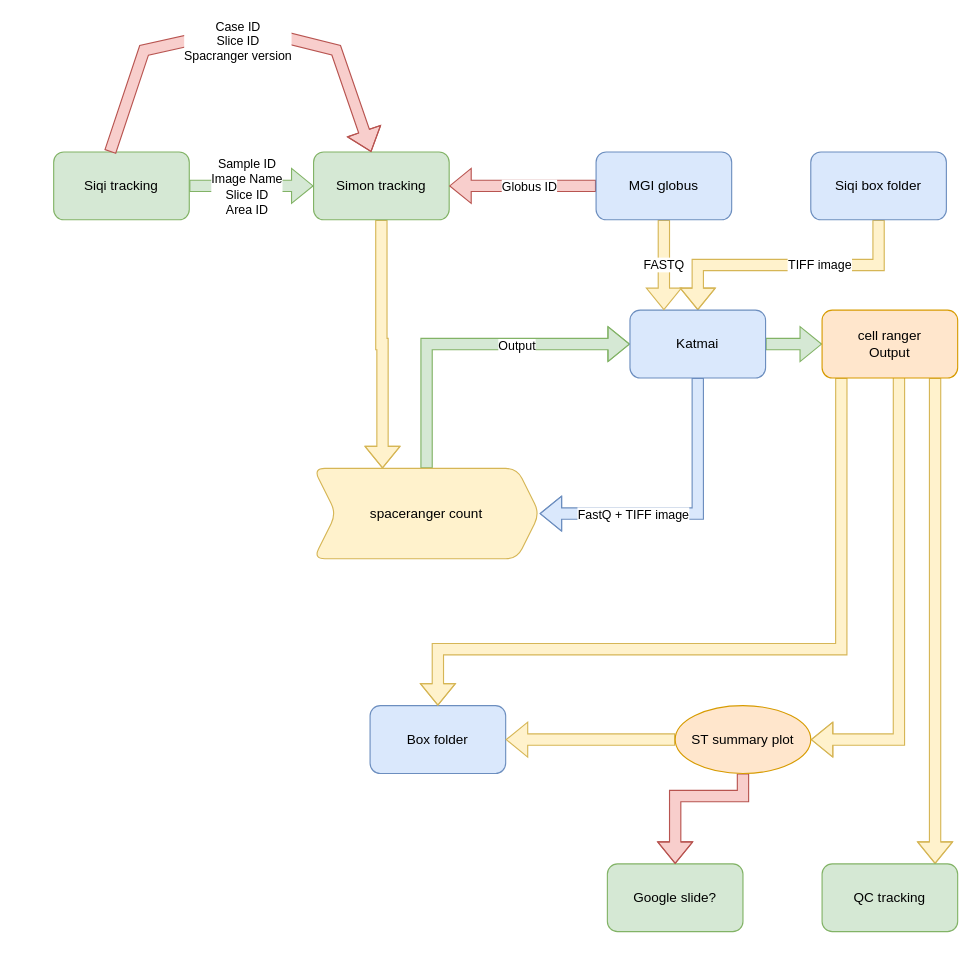
The draw.io diagram DingLab Visium ST pipeline.drawio in simoncmo/simoncmo, before the edit. Source tidied: cells renumbered, new cells numbered last; positions are measured from the earlier drawing's top-left corner, leaving out a move shared by most shapes. Both pictures are drawn from the tidied source at 113%, with x=0, y=0 at pixel (53, 27).
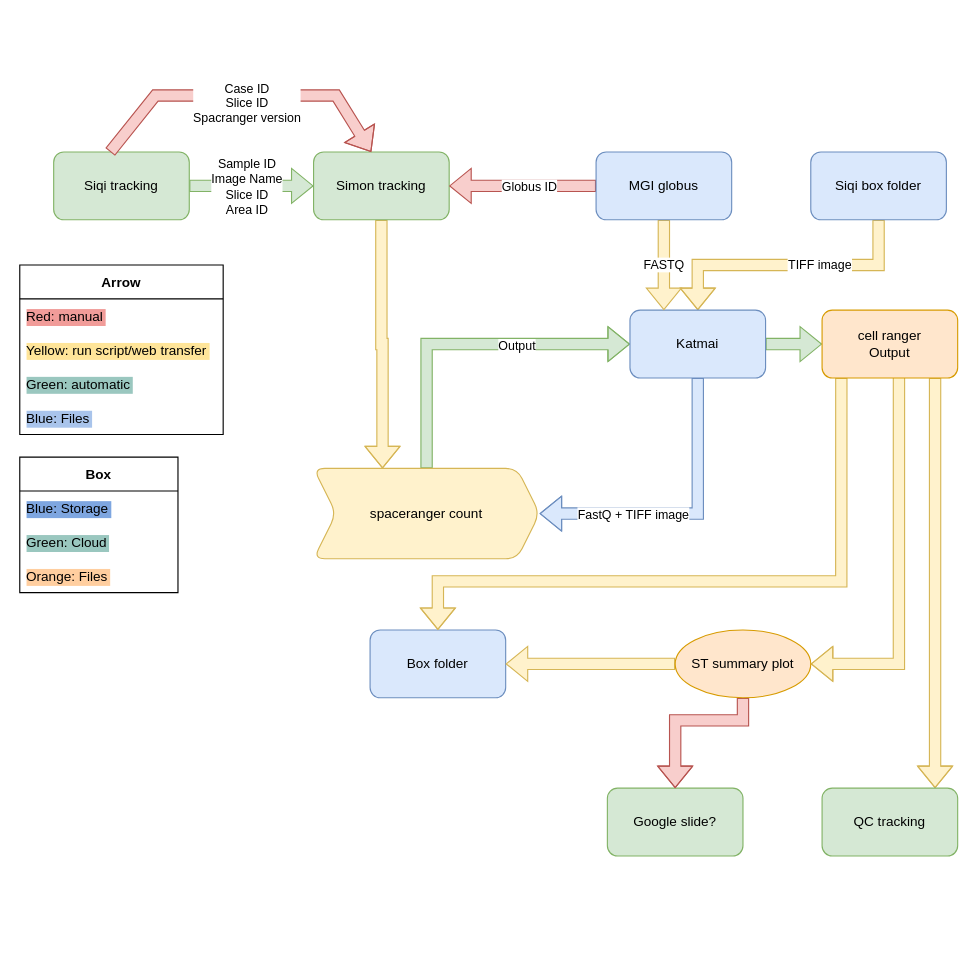
The same diagram, later.

Unchanged cells that the change refers to:
```xml
<mxCell id="6" value="Simon tracking" style="whiteSpace=wrap;html=1;rounded=1;fillColor=#d5e8d4;strokeColor=#82b366;" parent="1" vertex="1">
  <mxGeometry x="230" y="110" width="120" height="60" as="geometry" />
</mxCell>
<mxCell id="26" value="cell ranger &lt;br&gt;Output" style="whiteSpace=wrap;html=1;rounded=1;fillColor=#ffe6cc;strokeColor=#d79b00;" parent="1" vertex="1">
  <mxGeometry x="680" y="250" width="120" height="60" as="geometry" />
</mxCell>
```

Change to the diagram source:
```diff
@@
     <mxCell id="20" style="curved=1;endArrow=classic;html=1;rounded=0;entryX=0.425;entryY=0;entryDx=0;entryDy=0;entryPerimeter=0;strokeColor=#b85450;shape=flexArrow;fillColor=#f8cecc;" parent="1" edge="1" target="6">
       <mxGeometry relative="1" as="geometry">
         <mxPoint x="50" y="110" as="sourcePoint" />
         <Array as="points">
-          <mxPoint x="80" y="20" />
-          <mxPoint x="170" />
-          <mxPoint x="250" y="20" />
+          <mxPoint x="90" y="60" />
+          <mxPoint x="250" y="60" />
         </Array>
       </mxGeometry>
     </mxCell>
     <mxCell id="21" value="Case ID&lt;br&gt;Slice ID&lt;br&gt;Spacranger version" style="edgeLabel;html=1;align=center;verticalAlign=middle;" parent="20" vertex="1">
       <mxGeometry x="-0.2" y="-3" relative="1" as="geometry">
-        <mxPoint x="32" as="offset" />
+        <mxPoint x="32" y="3" as="offset" />
       </mxGeometry>
     </mxCell>
     <mxCell id="22" value="Box folder" style="whiteSpace=wrap;html=1;rounded=1;fillColor=#dae8fc;strokeColor=#6c8ebf;" parent="1" vertex="1">
-      <mxGeometry x="280" y="600" width="120" height="60" as="geometry" />
+      <mxGeometry x="280" y="533" width="120" height="60" as="geometry" />
     </mxCell>
     <mxCell id="23" style="edgeStyle=orthogonalEdgeStyle;shape=flexArrow;curved=1;rounded=0;jettySize=auto;html=1;strokeColor=#d6b656;exitX=0.567;exitY=0.983;exitDx=0;exitDy=0;exitPerimeter=0;fillColor=#fff2cc;" parent="1" edge="1" source="26" target="30">
       <mxGeometry relative="1" as="geometry">
         <Array as="points">
-          <mxPoint x="748" y="630" />
+          <mxPoint x="748" y="563" />
         </Array>
       </mxGeometry>
     </mxCell>
@@
     <mxCell id="25" style="edgeStyle=orthogonalEdgeStyle;shape=flexArrow;curved=1;rounded=0;jettySize=auto;html=1;strokeColor=#d6b656;exitX=0.142;exitY=1;exitDx=0;exitDy=0;exitPerimeter=0;fillColor=#fff2cc;" parent="1" edge="1" source="26" target="22">
       <mxGeometry relative="1" as="geometry">
         <Array as="points">
-          <mxPoint x="697" y="550" />
-          <mxPoint x="340" y="550" />
+          <mxPoint x="697" y="490" />
+          <mxPoint x="340" y="490" />
         </Array>
       </mxGeometry>
     </mxCell>
@@
     <mxCell id="27" value="Google slide?" style="whiteSpace=wrap;html=1;rounded=1;fillColor=#d5e8d4;strokeColor=#82b366;" parent="1" vertex="1">
-      <mxGeometry x="490" y="740" width="120" height="60" as="geometry" />
+      <mxGeometry x="490" y="673" width="120" height="60" as="geometry" />
     </mxCell>
     <mxCell id="28" style="edgeStyle=orthogonalEdgeStyle;shape=flexArrow;curved=1;rounded=0;jettySize=auto;html=1;strokeColor=#b85450;exitX=0.5;exitY=1;exitDx=0;exitDy=0;fillColor=#f8cecc;" parent="1" edge="1" source="30" target="27">
       <mxGeometry relative="1" as="geometry">
         <Array as="points">
-          <mxPoint x="610" y="680" />
-          <mxPoint x="550" y="680" />
+          <mxPoint x="610" y="613" />
+          <mxPoint x="550" y="613" />
         </Array>
       </mxGeometry>
     </mxCell>
@@
     <mxCell id="30" value="ST summary plot" style="ellipse;whiteSpace=wrap;html=1;rounded=1;fillColor=#ffe6cc;strokeColor=#d79b00;" parent="1" vertex="1">
-      <mxGeometry x="550" y="600" width="120" height="60" as="geometry" />
+      <mxGeometry x="550" y="533" width="120" height="60" as="geometry" />
     </mxCell>
     <mxCell id="31" value="QC tracking" style="whiteSpace=wrap;html=1;rounded=1;fillColor=#d5e8d4;strokeColor=#82b366;" parent="1" vertex="1">
-      <mxGeometry x="680" y="740" width="120" height="60" as="geometry" />
+      <mxGeometry x="680" y="673" width="120" height="60" as="geometry" />
     </mxCell>
+    <mxCell id="32" value="Arrow" style="swimlane;fontStyle=1;horizontal=1;startSize=30;" parent="1" vertex="1">
+      <mxGeometry x="-30" y="210" width="180" height="150" as="geometry" />
+    </mxCell>
+    <mxCell id="33" value="Red: manual" style="text;strokeColor=none;fillColor=none;align=left;verticalAlign=middle;spacingLeft=4;spacingRight=4;overflow=hidden;labelBackgroundColor=#F19C99;" parent="32" vertex="1">
+      <mxGeometry y="30" width="180" height="30" as="geometry" />
+    </mxCell>
+    <mxCell id="34" value="Yellow: run script/web transfer" style="text;strokeColor=none;fillColor=none;align=left;verticalAlign=middle;spacingLeft=4;spacingRight=4;overflow=hidden;labelBackgroundColor=#FFE599;" parent="32" vertex="1">
+      <mxGeometry y="60" width="180" height="30" as="geometry" />
+    </mxCell>
+    <mxCell id="35" value="Green: automatic" style="text;strokeColor=none;fillColor=none;align=left;verticalAlign=middle;spacingLeft=4;spacingRight=4;overflow=hidden;labelBackgroundColor=#9AC7BF;" parent="32" vertex="1">
+      <mxGeometry y="90" width="180" height="30" as="geometry" />
+    </mxCell>
+    <mxCell id="36" value="Blue: Files" style="text;strokeColor=none;fillColor=none;align=left;verticalAlign=middle;spacingLeft=4;spacingRight=4;overflow=hidden;labelBackgroundColor=#A9C4EB;" parent="32" vertex="1">
+      <mxGeometry y="120" width="180" height="30" as="geometry" />
+    </mxCell>
+    <mxCell id="37" value="Box" style="swimlane;fontStyle=1;horizontal=1;startSize=30;" parent="1" vertex="1">
+      <mxGeometry x="-30" y="380" width="140" height="120" as="geometry" />
+    </mxCell>
+    <mxCell id="38" value="Blue: Storage" style="text;strokeColor=none;fillColor=none;align=left;verticalAlign=middle;spacingLeft=4;spacingRight=4;overflow=hidden;labelBackgroundColor=#7EA6E0;" parent="37" vertex="1">
+      <mxGeometry y="30" width="140" height="30" as="geometry" />
+    </mxCell>
+    <mxCell id="39" value="Green: Cloud" style="text;strokeColor=none;fillColor=none;align=left;verticalAlign=middle;spacingLeft=4;spacingRight=4;overflow=hidden;labelBackgroundColor=#9AC7BF;" parent="37" vertex="1">
+      <mxGeometry y="60" width="140" height="30" as="geometry" />
+    </mxCell>
+    <mxCell id="40" value="Orange: Files" style="text;strokeColor=none;fillColor=none;align=left;verticalAlign=middle;spacingLeft=4;spacingRight=4;overflow=hidden;labelBackgroundColor=#FFCE9F;" parent="37" vertex="1">
+      <mxGeometry y="90" width="140" height="30" as="geometry" />
+    </mxCell>
```
